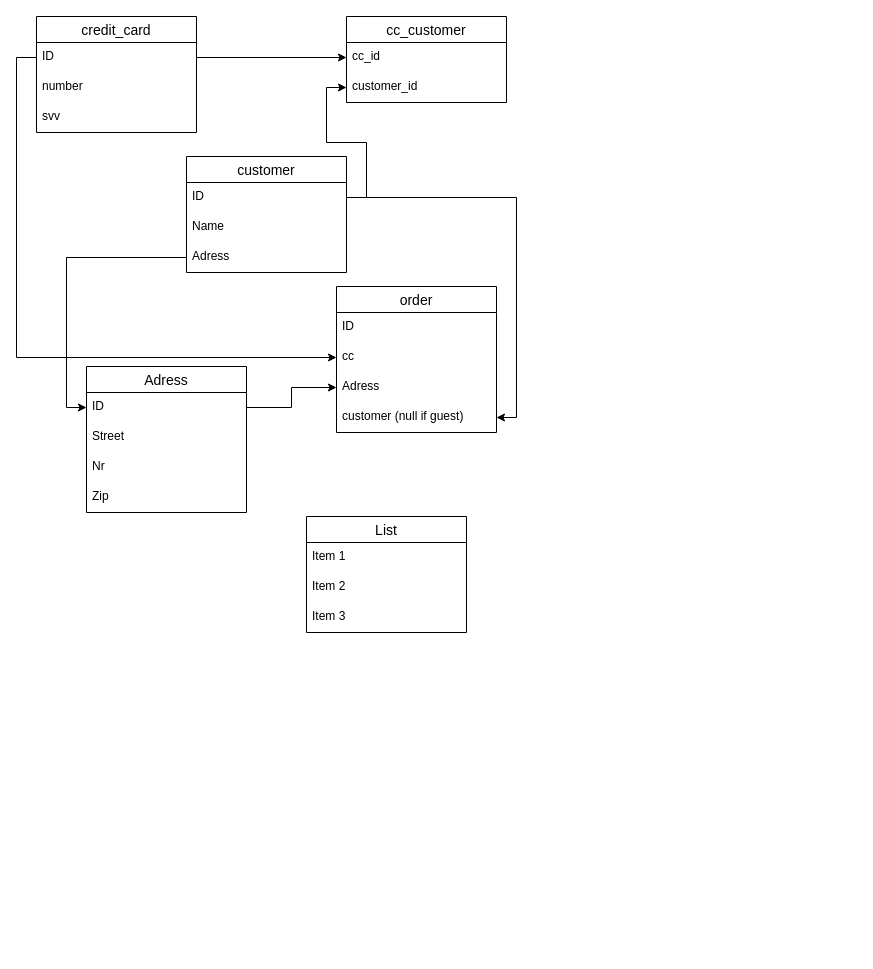
Above: Task 1/Joy.drawio in BlackFox1197/sdi (draw.io), before the change. Source tidied: cells renumbered, new cells numbered last; positions are measured from the earlier drawing's top-left corner, leaving out a move shared by most shapes. Both pictures are drawn from the tidied source at 100%, with x=0, y=0 at pixel (36, 16).
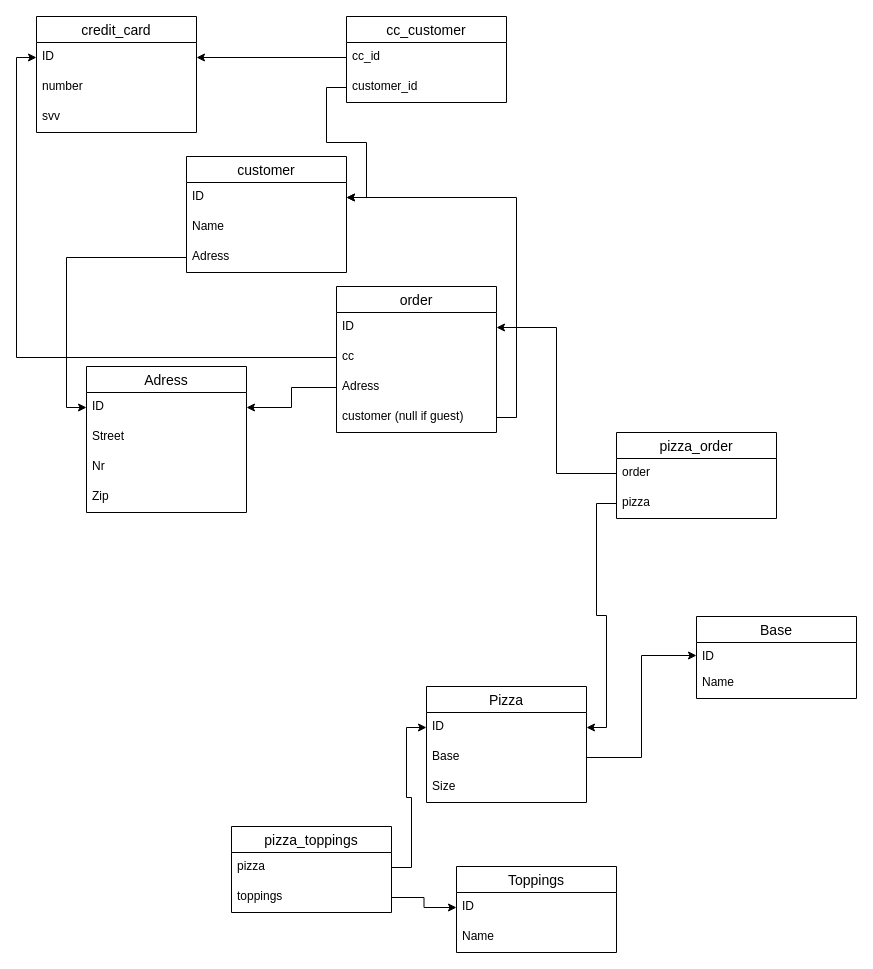
The same page after the edit.

Commit message:
Update Joy Ready for now.drawio

The change refers to these unchanged cells:
```xml
<mxCell id="3" value="ID" style="text;strokeColor=none;fillColor=none;spacingLeft=4;spacingRight=4;overflow=hidden;points=[[0,0.5],[1,0.5]];portConstraint=eastwest;fontSize=12;" parent="2" vertex="1">
  <mxGeometry y="26" width="160" height="30" as="geometry" />
</mxCell>
<mxCell id="7" value="cc_id" style="text;strokeColor=none;fillColor=none;spacingLeft=4;spacingRight=4;overflow=hidden;points=[[0,0.5],[1,0.5]];portConstraint=eastwest;fontSize=12;" parent="6" vertex="1">
  <mxGeometry y="26" width="160" height="30" as="geometry" />
</mxCell>
<mxCell id="8" value="customer_id" style="text;strokeColor=none;fillColor=none;spacingLeft=4;spacingRight=4;overflow=hidden;points=[[0,0.5],[1,0.5]];portConstraint=eastwest;fontSize=12;" parent="6" vertex="1">
  <mxGeometry y="56" width="160" height="30" as="geometry" />
</mxCell>
<mxCell id="11" value="ID" style="text;strokeColor=none;fillColor=none;spacingLeft=4;spacingRight=4;overflow=hidden;points=[[0,0.5],[1,0.5]];portConstraint=eastwest;fontSize=12;" parent="10" vertex="1">
  <mxGeometry y="26" width="160" height="30" as="geometry" />
</mxCell>
<mxCell id="16" value="ID" style="text;strokeColor=none;fillColor=none;spacingLeft=4;spacingRight=4;overflow=hidden;points=[[0,0.5],[1,0.5]];portConstraint=eastwest;fontSize=12;" parent="15" vertex="1">
  <mxGeometry y="26" width="160" height="30" as="geometry" />
</mxCell>
<mxCell id="17" value="cc" style="text;strokeColor=none;fillColor=none;spacingLeft=4;spacingRight=4;overflow=hidden;points=[[0,0.5],[1,0.5]];portConstraint=eastwest;fontSize=12;" parent="15" vertex="1">
  <mxGeometry y="56" width="160" height="30" as="geometry" />
</mxCell>
<mxCell id="18" value="Adress" style="text;strokeColor=none;fillColor=none;spacingLeft=4;spacingRight=4;overflow=hidden;points=[[0,0.5],[1,0.5]];portConstraint=eastwest;fontSize=12;" parent="15" vertex="1">
  <mxGeometry y="86" width="160" height="30" as="geometry" />
</mxCell>
<mxCell id="19" value="customer (null if guest)" style="text;strokeColor=none;fillColor=none;spacingLeft=4;spacingRight=4;overflow=hidden;points=[[0,0.5],[1,0.5]];portConstraint=eastwest;fontSize=12;" parent="15" vertex="1">
  <mxGeometry y="116" width="160" height="30" as="geometry" />
</mxCell>
<mxCell id="23" value="ID" style="text;strokeColor=none;fillColor=none;spacingLeft=4;spacingRight=4;overflow=hidden;points=[[0,0.5],[1,0.5]];portConstraint=eastwest;fontSize=12;" parent="22" vertex="1">
  <mxGeometry y="26" width="160" height="30" as="geometry" />
</mxCell>
```

Diff of the diagram source:
```diff
@@
-    <mxCell id="9" style="edgeStyle=orthogonalEdgeStyle;rounded=0;jettySize=auto;html=1;exitX=1;exitY=0.5;exitDx=0;exitDy=0;" parent="1" edge="1" source="3" target="8">
-      <mxGeometry relative="1" as="geometry" />
-    </mxCell>
@@
-    <mxCell id="14" style="edgeStyle=orthogonalEdgeStyle;rounded=0;jettySize=auto;html=1;exitX=1;exitY=0.5;exitDx=0;exitDy=0;" parent="1" edge="1" source="11" target="7">
-      <mxGeometry relative="1" as="geometry" />
-    </mxCell>
@@
-    <mxCell id="20" style="edgeStyle=orthogonalEdgeStyle;rounded=0;jettySize=auto;html=1;exitX=0;exitY=0.5;exitDx=0;exitDy=0;entryX=0;entryY=0.5;entryDx=0;entryDy=0;" parent="1" edge="1" source="11" target="17">
-      <mxGeometry relative="1" as="geometry" />
-    </mxCell>
-    <mxCell id="21" style="edgeStyle=orthogonalEdgeStyle;rounded=0;jettySize=auto;html=1;exitX=1;exitY=0.5;exitDx=0;exitDy=0;entryX=1;entryY=0.5;entryDx=0;entryDy=0;" parent="1" edge="1" source="3" target="19">
-      <mxGeometry relative="1" as="geometry" />
-    </mxCell>
@@
-    <mxCell id="27" style="edgeStyle=orthogonalEdgeStyle;rounded=0;jettySize=auto;html=1;exitX=1;exitY=0.5;exitDx=0;exitDy=0;" parent="1" edge="1" source="23" target="18">
-      <mxGeometry relative="1" as="geometry" />
-    </mxCell>
+    <mxCell id="29" value="Pizza" style="swimlane;fontStyle=0;horizontal=1;startSize=26;align=center;fontSize=14;" parent="1" vertex="1">
+      <mxGeometry x="390" y="670" width="160" height="116" as="geometry" />
+    </mxCell>
+    <mxCell id="33" value="ID" style="text;strokeColor=none;fillColor=none;spacingLeft=4;spacingRight=4;overflow=hidden;points=[[0,0.5],[1,0.5]];portConstraint=eastwest;fontSize=12;" parent="29" vertex="1">
+      <mxGeometry y="26" width="160" height="30" as="geometry" />
+    </mxCell>
+    <mxCell id="32" value="Base" style="text;strokeColor=none;fillColor=none;spacingLeft=4;spacingRight=4;overflow=hidden;points=[[0,0.5],[1,0.5]];portConstraint=eastwest;fontSize=12;" parent="29" vertex="1">
+      <mxGeometry y="56" width="160" height="30" as="geometry" />
+    </mxCell>
+    <mxCell id="30" value="Size" style="text;strokeColor=none;fillColor=none;spacingLeft=4;spacingRight=4;overflow=hidden;fontSize=12;" parent="29" vertex="1">
+      <mxGeometry y="86" width="160" height="30" as="geometry" />
+    </mxCell>
+    <mxCell id="34" style="edgeStyle=orthogonalEdgeStyle;rounded=0;jettySize=auto;html=1;exitX=0;exitY=0.5;exitDx=0;exitDy=0;entryX=1;entryY=0.5;entryDx=0;entryDy=0;" parent="1" edge="1" source="18" target="23">
+      <mxGeometry relative="1" as="geometry" />
+    </mxCell>
@@
-    <mxCell id="29" value="List" style="swimlane;fontStyle=0;horizontal=1;startSize=26;align=center;fontSize=14;" parent="1" vertex="1">
-      <mxGeometry x="270" y="500" width="160" height="116" as="geometry" />
-    </mxCell>
-    <mxCell id="30" value="Item 1" style="text;strokeColor=none;fillColor=none;spacingLeft=4;spacingRight=4;overflow=hidden;fontSize=12;" parent="29" vertex="1">
-      <mxGeometry y="26" width="160" height="30" as="geometry" />
-    </mxCell>
-    <mxCell id="31" value="Item 2" style="text;strokeColor=none;fillColor=none;spacingLeft=4;spacingRight=4;overflow=hidden;fontSize=12;" parent="29" vertex="1">
-      <mxGeometry y="56" width="160" height="30" as="geometry" />
-    </mxCell>
-    <mxCell id="32" value="Item 3" style="text;strokeColor=none;fillColor=none;spacingLeft=4;spacingRight=4;overflow=hidden;points=[[0,0.5],[1,0.5]];portConstraint=eastwest;fontSize=12;" parent="29" vertex="1">
-      <mxGeometry y="86" width="160" height="30" as="geometry" />
-    </mxCell>
+    <mxCell id="35" style="edgeStyle=orthogonalEdgeStyle;rounded=0;jettySize=auto;html=1;exitX=0;exitY=0.5;exitDx=0;exitDy=0;entryX=0;entryY=0.5;entryDx=0;entryDy=0;" parent="1" edge="1" source="17" target="11">
+      <mxGeometry relative="1" as="geometry" />
+    </mxCell>
+    <mxCell id="36" style="edgeStyle=orthogonalEdgeStyle;rounded=0;jettySize=auto;html=1;exitX=0;exitY=0.5;exitDx=0;exitDy=0;entryX=1;entryY=0.5;entryDx=0;entryDy=0;" parent="1" edge="1" source="7" target="11">
+      <mxGeometry relative="1" as="geometry" />
+    </mxCell>
+    <mxCell id="37" style="edgeStyle=orthogonalEdgeStyle;rounded=0;jettySize=auto;html=1;exitX=0;exitY=0.5;exitDx=0;exitDy=0;entryX=1;entryY=0.5;entryDx=0;entryDy=0;" parent="1" edge="1" source="8" target="3">
+      <mxGeometry relative="1" as="geometry" />
+    </mxCell>
+    <mxCell id="38" style="edgeStyle=orthogonalEdgeStyle;rounded=0;jettySize=auto;html=1;exitX=1;exitY=0.5;exitDx=0;exitDy=0;entryX=1;entryY=0.5;entryDx=0;entryDy=0;" parent="1" edge="1" source="19" target="3">
+      <mxGeometry relative="1" as="geometry" />
+    </mxCell>
+    <mxCell id="39" value="Base" style="swimlane;fontStyle=0;horizontal=1;startSize=26;align=center;fontSize=14;" parent="1" vertex="1">
+      <mxGeometry x="660" y="600" width="160" height="82" as="geometry" />
+    </mxCell>
+    <mxCell id="40" value="ID" style="text;strokeColor=none;fillColor=none;spacingLeft=4;spacingRight=4;overflow=hidden;points=[[0,0.5],[1,0.5]];portConstraint=eastwest;fontSize=12;" parent="39" vertex="1">
+      <mxGeometry y="26" width="160" height="26" as="geometry" />
+    </mxCell>
+    <mxCell id="41" value="Name" style="text;strokeColor=none;fillColor=none;spacingLeft=4;spacingRight=4;overflow=hidden;fontSize=12;" parent="39" vertex="1">
+      <mxGeometry y="52" width="160" height="30" as="geometry" />
+    </mxCell>
+    <mxCell id="42" style="edgeStyle=orthogonalEdgeStyle;rounded=0;jettySize=auto;html=1;exitX=1;exitY=0.5;exitDx=0;exitDy=0;entryX=0;entryY=0.5;entryDx=0;entryDy=0;" parent="1" edge="1" source="32" target="40">
+      <mxGeometry relative="1" as="geometry" />
+    </mxCell>
+    <mxCell id="43" value="Toppings" style="swimlane;fontStyle=0;horizontal=1;startSize=26;align=center;fontSize=14;" parent="1" vertex="1">
+      <mxGeometry x="420" y="850" width="160" height="86" as="geometry" />
+    </mxCell>
+    <mxCell id="44" value="ID" style="text;strokeColor=none;fillColor=none;spacingLeft=4;spacingRight=4;overflow=hidden;points=[[0,0.5],[1,0.5]];portConstraint=eastwest;fontSize=12;" parent="43" vertex="1">
+      <mxGeometry y="26" width="160" height="30" as="geometry" />
+    </mxCell>
+    <mxCell id="45" value="Name" style="text;strokeColor=none;fillColor=none;spacingLeft=4;spacingRight=4;overflow=hidden;fontSize=12;" parent="43" vertex="1">
+      <mxGeometry y="56" width="160" height="30" as="geometry" />
+    </mxCell>
+    <mxCell id="46" value="pizza_toppings" style="swimlane;fontStyle=0;horizontal=1;startSize=26;align=center;fontSize=14;" parent="1" vertex="1">
+      <mxGeometry x="195" y="810" width="160" height="86" as="geometry" />
+    </mxCell>
+    <mxCell id="47" value="pizza" style="text;strokeColor=none;fillColor=none;spacingLeft=4;spacingRight=4;overflow=hidden;points=[[0,0.5],[1,0.5]];portConstraint=eastwest;fontSize=12;" parent="46" vertex="1">
+      <mxGeometry y="26" width="160" height="30" as="geometry" />
+    </mxCell>
+    <mxCell id="48" value="toppings" style="text;strokeColor=none;fillColor=none;spacingLeft=4;spacingRight=4;overflow=hidden;points=[[0,0.5],[1,0.5]];portConstraint=eastwest;fontSize=12;" parent="46" vertex="1">
+      <mxGeometry y="56" width="160" height="30" as="geometry" />
+    </mxCell>
+    <mxCell id="49" style="edgeStyle=orthogonalEdgeStyle;rounded=0;jettySize=auto;html=1;exitX=1;exitY=0.5;exitDx=0;exitDy=0;entryX=0;entryY=0.5;entryDx=0;entryDy=0;" parent="1" edge="1" source="47" target="33">
+      <mxGeometry relative="1" as="geometry" />
+    </mxCell>
+    <mxCell id="50" style="edgeStyle=orthogonalEdgeStyle;rounded=0;jettySize=auto;html=1;exitX=1;exitY=0.5;exitDx=0;exitDy=0;entryX=0;entryY=0.5;entryDx=0;entryDy=0;" parent="1" edge="1" source="48" target="44">
+      <mxGeometry relative="1" as="geometry" />
+    </mxCell>
+    <mxCell id="51" value="pizza_order" style="swimlane;fontStyle=0;horizontal=1;startSize=26;align=center;fontSize=14;" parent="1" vertex="1">
+      <mxGeometry x="580" y="416" width="160" height="86" as="geometry" />
+    </mxCell>
+    <mxCell id="52" value="order" style="text;strokeColor=none;fillColor=none;spacingLeft=4;spacingRight=4;overflow=hidden;points=[[0,0.5],[1,0.5]];portConstraint=eastwest;fontSize=12;" parent="51" vertex="1">
+      <mxGeometry y="26" width="160" height="30" as="geometry" />
+    </mxCell>
+    <mxCell id="53" value="pizza" style="text;strokeColor=none;fillColor=none;spacingLeft=4;spacingRight=4;overflow=hidden;points=[[0,0.5],[1,0.5]];portConstraint=eastwest;fontSize=12;" parent="51" vertex="1">
+      <mxGeometry y="56" width="160" height="30" as="geometry" />
+    </mxCell>
+    <mxCell id="54" style="edgeStyle=orthogonalEdgeStyle;rounded=0;jettySize=auto;html=1;exitX=0;exitY=0.5;exitDx=0;exitDy=0;entryX=1;entryY=0.5;entryDx=0;entryDy=0;" parent="1" edge="1" source="52" target="16">
+      <mxGeometry relative="1" as="geometry" />
+    </mxCell>
+    <mxCell id="55" style="edgeStyle=orthogonalEdgeStyle;rounded=0;jettySize=auto;html=1;exitX=0;exitY=0.5;exitDx=0;exitDy=0;entryX=1;entryY=0.5;entryDx=0;entryDy=0;" parent="1" edge="1" source="53" target="33">
+      <mxGeometry relative="1" as="geometry" />
+    </mxCell>
```
